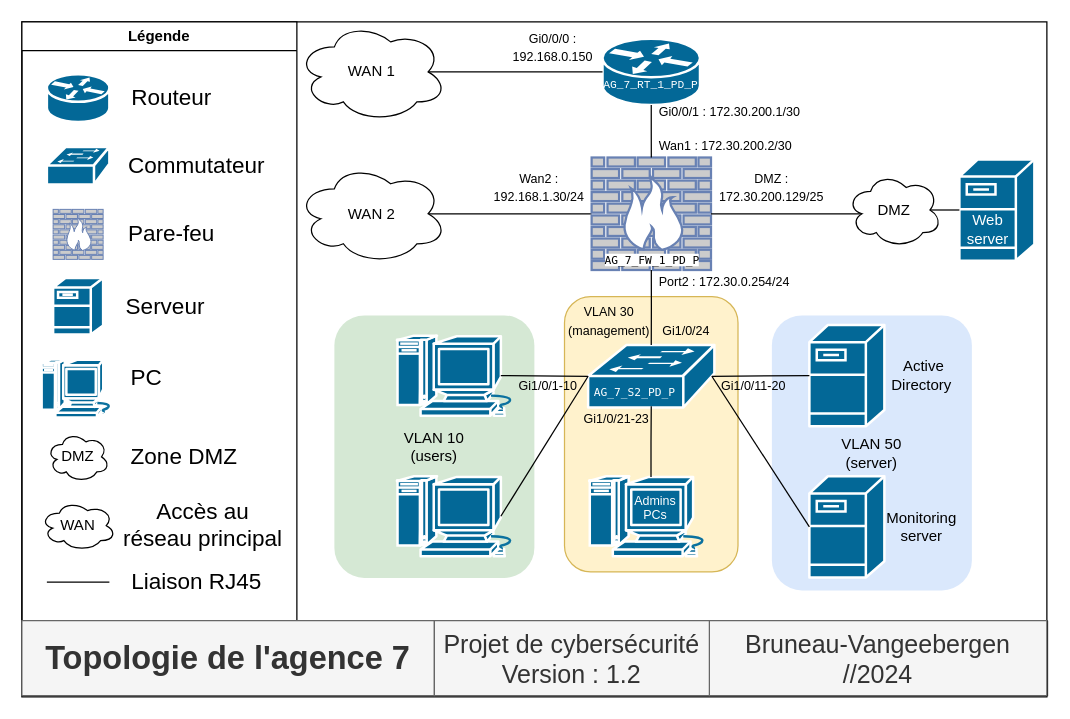
The draw.io diagram drawio/Topologie_Agence_7.drawio in trifoil/school-cyber, before the edit. Source tidied: cells renumbered, new cells numbered last; positions are measured from the earlier drawing's top-left corner, leaving out a move shared by most shapes. Both pictures are drawn from the tidied source at 125%, with x=0, y=0 at pixel (21, 21).
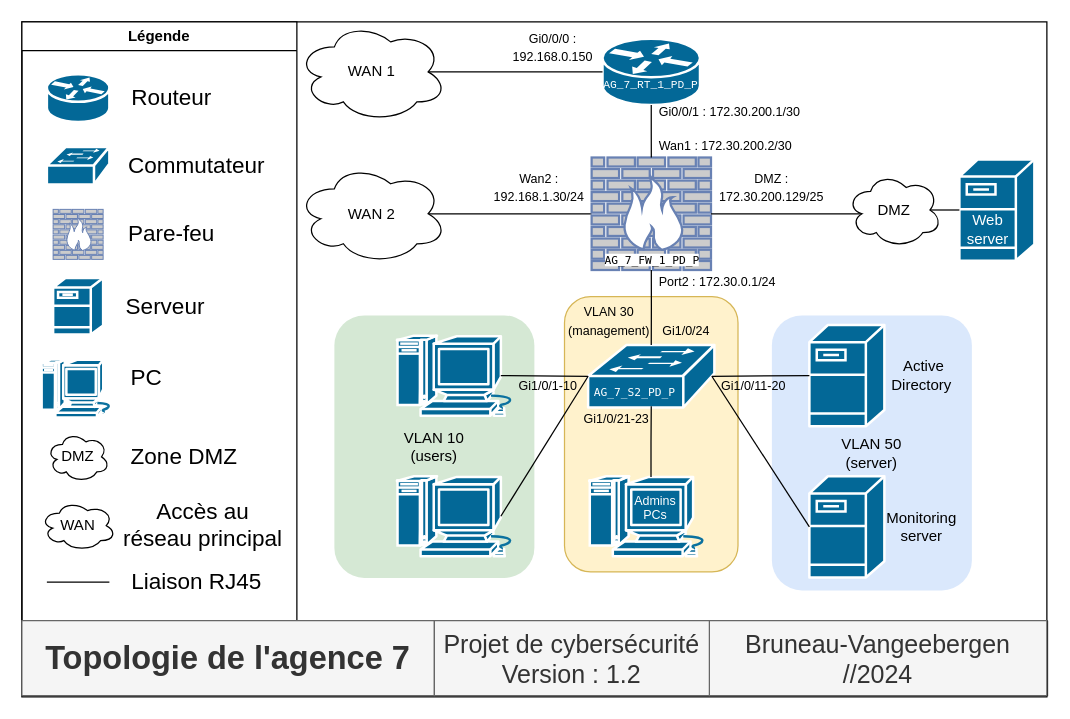
After the change.

What changed in the source:
```diff
@@
-    <mxCell id="56" value="&lt;font style=&quot;font-size: 10px;&quot;&gt;Port2 : 172.30.0.254/24&lt;/font&gt;" style="text;html=1;align=left;verticalAlign=middle;whiteSpace=wrap;rounded=0;" parent="1" vertex="1">
+    <mxCell id="56" value="&lt;font style=&quot;font-size: 10px;&quot;&gt;Port2 : 172.30.0.1/24&lt;/font&gt;" style="text;html=1;align=left;verticalAlign=middle;whiteSpace=wrap;rounded=0;" parent="1" vertex="1">
       <mxGeometry x="507.5" y="201.5" width="147.5" height="13.5" as="geometry" />
     </mxCell>
```
